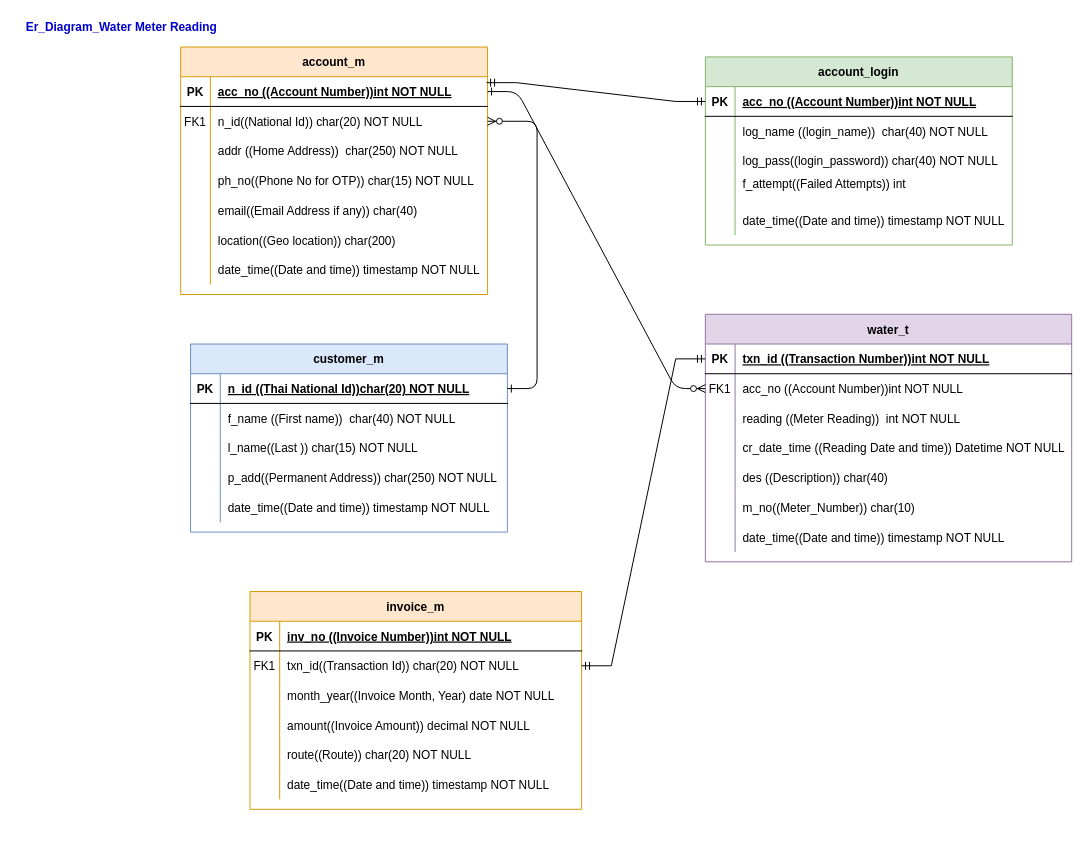
vinodclimes/acefiles keeps this draw.io diagram as db_diagram.drawio. Above is the earlier version. Source tidied: cells renumbered, new cells numbered last; positions are measured from the earlier drawing's top-left corner, leaving out a move shared by most shapes. Both pictures are drawn from the tidied source at 99%, with x=0, y=0 at pixel (17, 17).
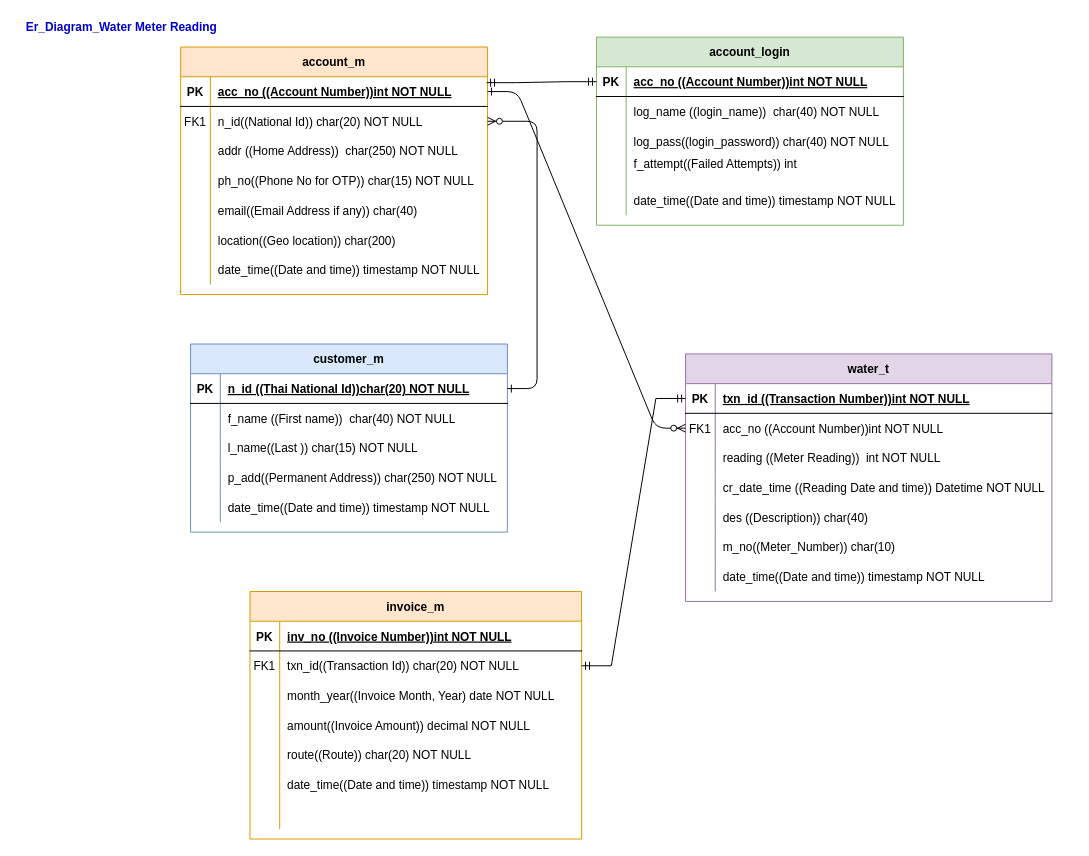
Above is the later version.

Diff of the diagram source:
```diff
@@
     <mxCell id="40" value="water_t" style="shape=table;startSize=30;childLayout=tableLayout;rowLines=0;fontStyle=1;align=center;fillColor=#e1d5e7;strokeColor=#9673a6;" parent="1" vertex="1">
-      <mxGeometry x="695" y="300" width="370" height="250" as="geometry" />
+      <mxGeometry x="675" y="340" width="370" height="250" as="geometry" />
     </mxCell>
@@
     <mxCell id="62" value="account_login" style="shape=table;startSize=30;childLayout=tableLayout;rowLines=0;fontStyle=1;align=center;fillColor=#d5e8d4;strokeColor=#82b366;" parent="1" vertex="1">
-      <mxGeometry x="695" y="40" width="310" height="190" as="geometry" />
+      <mxGeometry x="585" y="20" width="310" height="190" as="geometry" />
     </mxCell>
@@
     <mxCell id="80" value="invoice_m" style="shape=table;startSize=30;childLayout=tableLayout;rowLines=0;fontStyle=1;align=center;fillColor=#ffe6cc;strokeColor=#d79b00;" parent="1" vertex="1">
-      <mxGeometry x="235" y="580" width="335" height="220" as="geometry" />
+      <mxGeometry x="235" y="580" width="335" height="250" as="geometry" />
     </mxCell>
@@
+    <mxCell id="103" style="shape=partialRectangle;fillColor=none;top=0;left=0;right=0;bottom=0;" parent="80" vertex="1">
+      <mxGeometry y="210" width="335" height="30" as="geometry" />
+    </mxCell>
+    <mxCell id="104" style="shape=partialRectangle;overflow=hidden;fillColor=none;top=0;left=0;bottom=0;right=0;" parent="103" vertex="1">
+      <mxGeometry width="30" height="30" as="geometry" />
+    </mxCell>
+    <mxCell id="105" style="shape=partialRectangle;overflow=hidden;fillColor=none;top=0;left=0;bottom=0;right=0;align=left;spacingLeft=6;" parent="103" vertex="1">
+      <mxGeometry x="30" width="305" height="30" as="geometry" />
+    </mxCell>
```
